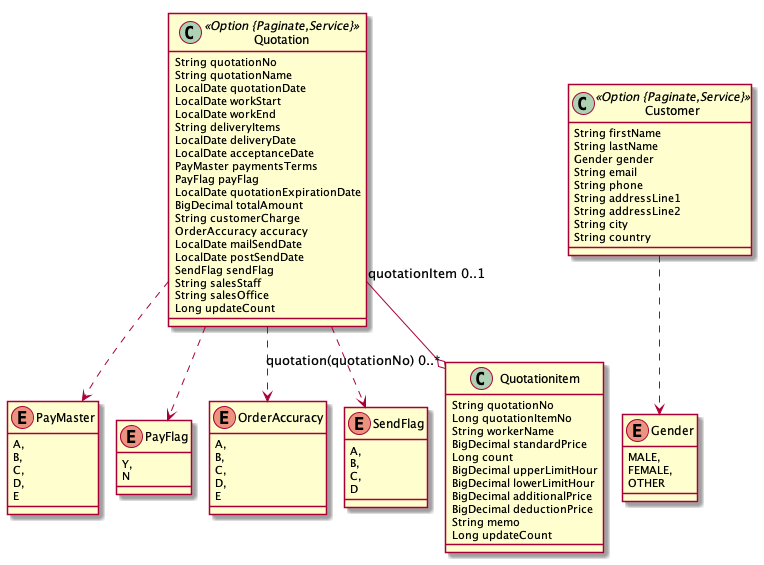
Before: web-app.png, a diagram exported from PlantUML (oukouwh/tiger_client).
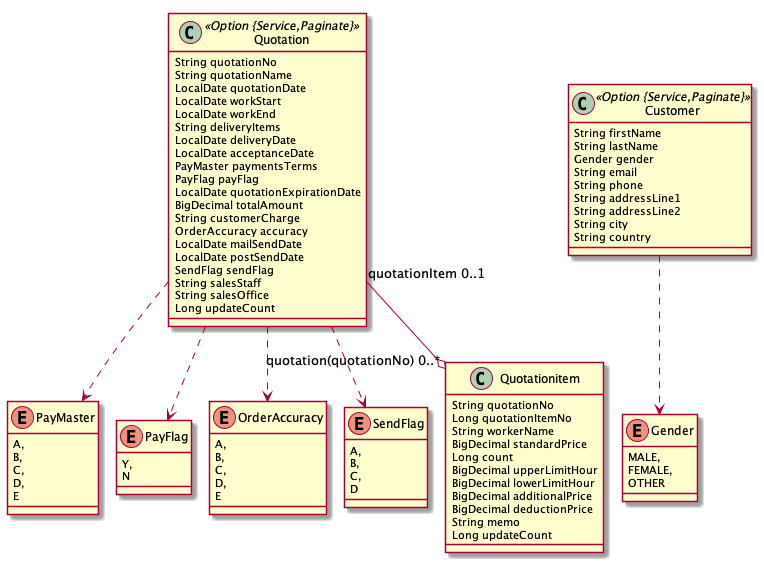
After the commit.

What changed in the source:
```diff
@@ -1,7 +1,7 @@
 @startuml
 	!pragma layout smetana
 	!pragma syntax class
-	class Quotation <<Option {Paginate,Service}>> {
+	class Quotation <<Option {Service,Paginate}>> {
 		String quotationNo
 		String quotationName
 		LocalDate quotationDate
@@ -64,7 +64,7 @@
 		D,
 		E
 	}
-	class Customer <<Option {Paginate,Service}>> {
+	class Customer <<Option {Service,Paginate}>> {
 		String firstName
 		String lastName
 		Gender gender
```
